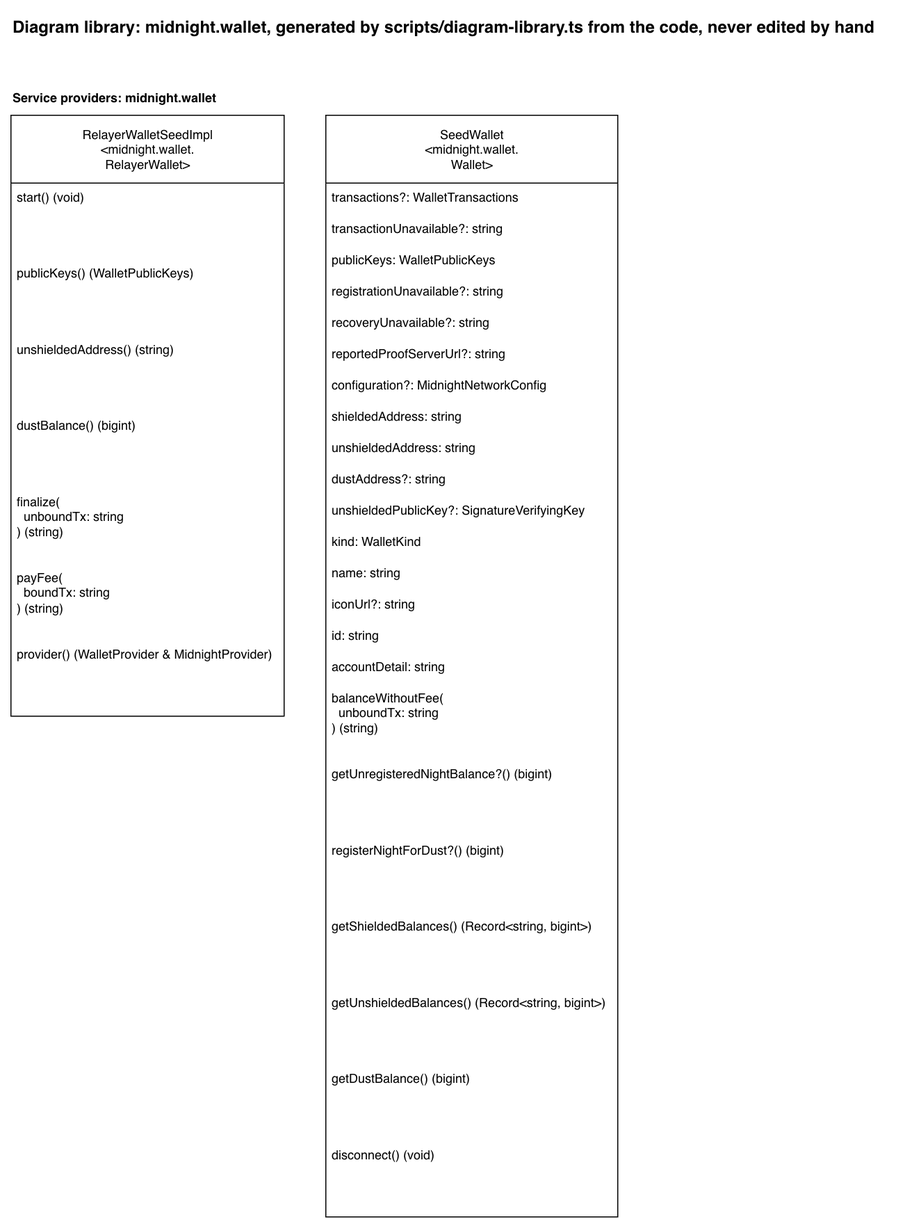
Earlier version of the draw.io export docs/diagram-library/midnight/wallet/diagram-library.drawio.png (sig-net/full-stack-demo). Source tidied: cells renumbered, new cells last; positions are measured from the earlier drawing's top-left corner, leaving out a move shared by most shapes.
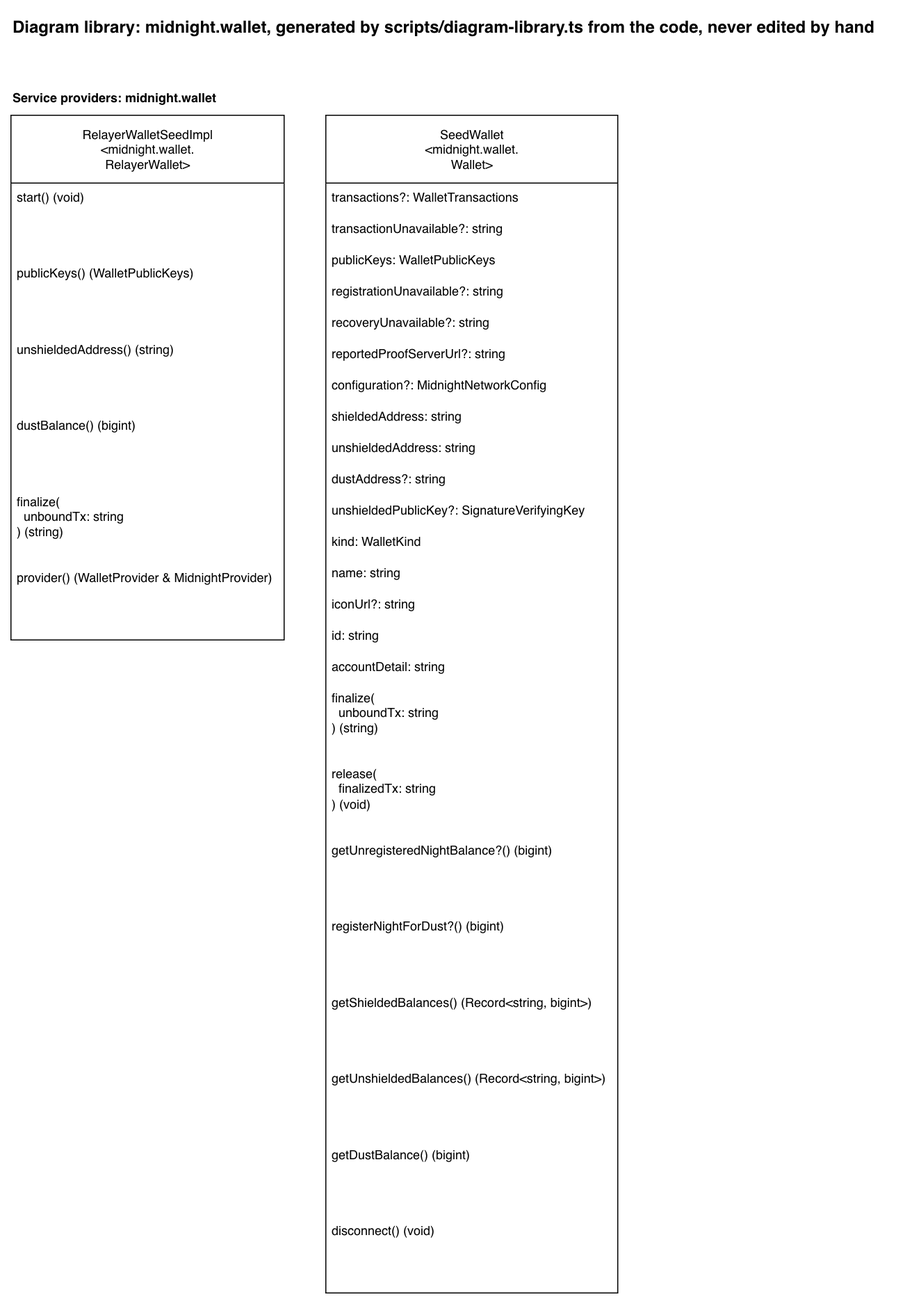
The same file after the commit.

Diff of the diagram source:
```diff
@@ -9,7 +9,7 @@
       <mxGeometry y="70" width="217" height="20" as="geometry" />
     </mxCell>
     <mxCell id="4" value="RelayerWalletSeedImpl&lt;br&gt;&amp;lt;midnight.wallet.&lt;br&gt;RelayerWallet&amp;gt;" style="swimlane;fontStyle=0;horizontal=1;startSize=65;fillColor=default;html=1;fillStyle=solid;" parent="1" vertex="1">
-      <mxGeometry y="100" width="262" height="576" as="geometry" />
+      <mxGeometry y="100" width="262" height="503" as="geometry" />
     </mxCell>
     <mxCell id="5" value="start() (void)" style="text;strokeColor=none;fillColor=none;align=left;verticalAlign=top;spacingLeft=4;spacingRight=4;overflow=hidden;whiteSpace=wrap;html=1;" parent="4" vertex="1">
       <mxGeometry y="65" width="262" height="73" as="geometry" />
@@ -26,14 +26,11 @@
     <mxCell id="9" value="finalize(&lt;br&gt;&amp;nbsp; unboundTx: string&lt;br&gt;) (string)" style="text;strokeColor=none;fillColor=none;align=left;verticalAlign=top;spacingLeft=4;spacingRight=4;overflow=hidden;whiteSpace=wrap;html=1;" parent="4" vertex="1">
       <mxGeometry y="357" width="262" height="73" as="geometry" />
     </mxCell>
-    <mxCell id="10" value="payFee(&lt;br&gt;&amp;nbsp; boundTx: string&lt;br&gt;) (string)" style="text;strokeColor=none;fillColor=none;align=left;verticalAlign=top;spacingLeft=4;spacingRight=4;overflow=hidden;whiteSpace=wrap;html=1;" parent="4" vertex="1">
-      <mxGeometry y="430" width="262" height="73" as="geometry" />
-    </mxCell>
     <mxCell id="11" value="provider() (WalletProvider &amp;amp; MidnightProvider)" style="text;strokeColor=none;fillColor=none;align=left;verticalAlign=top;spacingLeft=4;spacingRight=4;overflow=hidden;whiteSpace=wrap;html=1;" parent="4" vertex="1">
-      <mxGeometry y="503" width="262" height="73" as="geometry" />
+      <mxGeometry y="430" width="262" height="73" as="geometry" />
     </mxCell>
     <mxCell id="12" value="SeedWallet&lt;br&gt;&amp;lt;midnight.wallet.&lt;br&gt;Wallet&amp;gt;" style="swimlane;fontStyle=0;horizontal=1;startSize=65;fillColor=default;html=1;fillStyle=solid;" parent="1" vertex="1">
-      <mxGeometry x="302" y="100" width="280" height="1056" as="geometry" />
+      <mxGeometry x="302" y="100" width="280" height="1129" as="geometry" />
     </mxCell>
     <mxCell id="13" value="transactions?: WalletTransactions" style="text;strokeColor=none;fillColor=none;align=left;verticalAlign=top;spacingLeft=4;spacingRight=4;overflow=hidden;whiteSpace=wrap;html=1;" parent="12" vertex="1">
       <mxGeometry y="65" width="280" height="30" as="geometry" />
@@ -83,26 +80,29 @@
     <mxCell id="28" value="accountDetail: string" style="text;strokeColor=none;fillColor=none;align=left;verticalAlign=top;spacingLeft=4;spacingRight=4;overflow=hidden;whiteSpace=wrap;html=1;" parent="12" vertex="1">
       <mxGeometry y="515" width="280" height="30" as="geometry" />
     </mxCell>
-    <mxCell id="29" value="balanceWithoutFee(&lt;br&gt;&amp;nbsp; unboundTx: string&lt;br&gt;) (string)" style="text;strokeColor=none;fillColor=none;align=left;verticalAlign=top;spacingLeft=4;spacingRight=4;overflow=hidden;whiteSpace=wrap;html=1;" parent="12" vertex="1">
-      <mxGeometry y="545" width="280" height="73" as="geometry" />
-    </mxCell>
+    <mxCell id="36" value="finalize(&lt;br&gt;&amp;nbsp; unboundTx: string&lt;br&gt;) (string)" style="text;strokeColor=none;fillColor=none;align=left;verticalAlign=top;spacingLeft=4;spacingRight=4;overflow=hidden;whiteSpace=wrap;html=1;" parent="12" vertex="1">
+      <mxGeometry y="545" width="280" height="73" as="geometry" />
+    </mxCell>
+    <mxCell id="37" value="release(&lt;br&gt;&amp;nbsp; finalizedTx: string&lt;br&gt;) (void)" style="text;strokeColor=none;fillColor=none;align=left;verticalAlign=top;spacingLeft=4;spacingRight=4;overflow=hidden;whiteSpace=wrap;html=1;" parent="12" vertex="1">
+      <mxGeometry y="618" width="280" height="73" as="geometry" />
+    </mxCell>
     <mxCell id="30" value="getUnregisteredNightBalance?() (bigint)" style="text;strokeColor=none;fillColor=none;align=left;verticalAlign=top;spacingLeft=4;spacingRight=4;overflow=hidden;whiteSpace=wrap;html=1;" parent="12" vertex="1">
-      <mxGeometry y="618" width="280" height="73" as="geometry" />
+      <mxGeometry y="691" width="280" height="73" as="geometry" />
     </mxCell>
     <mxCell id="31" value="registerNightForDust?() (bigint)" style="text;strokeColor=none;fillColor=none;align=left;verticalAlign=top;spacingLeft=4;spacingRight=4;overflow=hidden;whiteSpace=wrap;html=1;" parent="12" vertex="1">
-      <mxGeometry y="691" width="280" height="73" as="geometry" />
+      <mxGeometry y="764" width="280" height="73" as="geometry" />
     </mxCell>
     <mxCell id="32" value="getShieldedBalances() (Record&amp;lt;string, bigint&amp;gt;)" style="text;strokeColor=none;fillColor=none;align=left;verticalAlign=top;spacingLeft=4;spacingRight=4;overflow=hidden;whiteSpace=wrap;html=1;" parent="12" vertex="1">
-      <mxGeometry y="764" width="280" height="73" as="geometry" />
+      <mxGeometry y="837" width="280" height="73" as="geometry" />
     </mxCell>
     <mxCell id="33" value="getUnshieldedBalances() (Record&amp;lt;string, bigint&amp;gt;)" style="text;strokeColor=none;fillColor=none;align=left;verticalAlign=top;spacingLeft=4;spacingRight=4;overflow=hidden;whiteSpace=wrap;html=1;" parent="12" vertex="1">
-      <mxGeometry y="837" width="280" height="73" as="geometry" />
+      <mxGeometry y="910" width="280" height="73" as="geometry" />
     </mxCell>
     <mxCell id="34" value="getDustBalance() (bigint)" style="text;strokeColor=none;fillColor=none;align=left;verticalAlign=top;spacingLeft=4;spacingRight=4;overflow=hidden;whiteSpace=wrap;html=1;" parent="12" vertex="1">
-      <mxGeometry y="910" width="280" height="73" as="geometry" />
+      <mxGeometry y="983" width="280" height="73" as="geometry" />
     </mxCell>
     <mxCell id="35" value="disconnect() (void)" style="text;strokeColor=none;fillColor=none;align=left;verticalAlign=top;spacingLeft=4;spacingRight=4;overflow=hidden;whiteSpace=wrap;html=1;" parent="12" vertex="1">
-      <mxGeometry y="983" width="280" height="73" as="geometry" />
+      <mxGeometry y="1056" width="280" height="73" as="geometry" />
     </mxCell>
   </root>
 </mxGraphModel>
```
